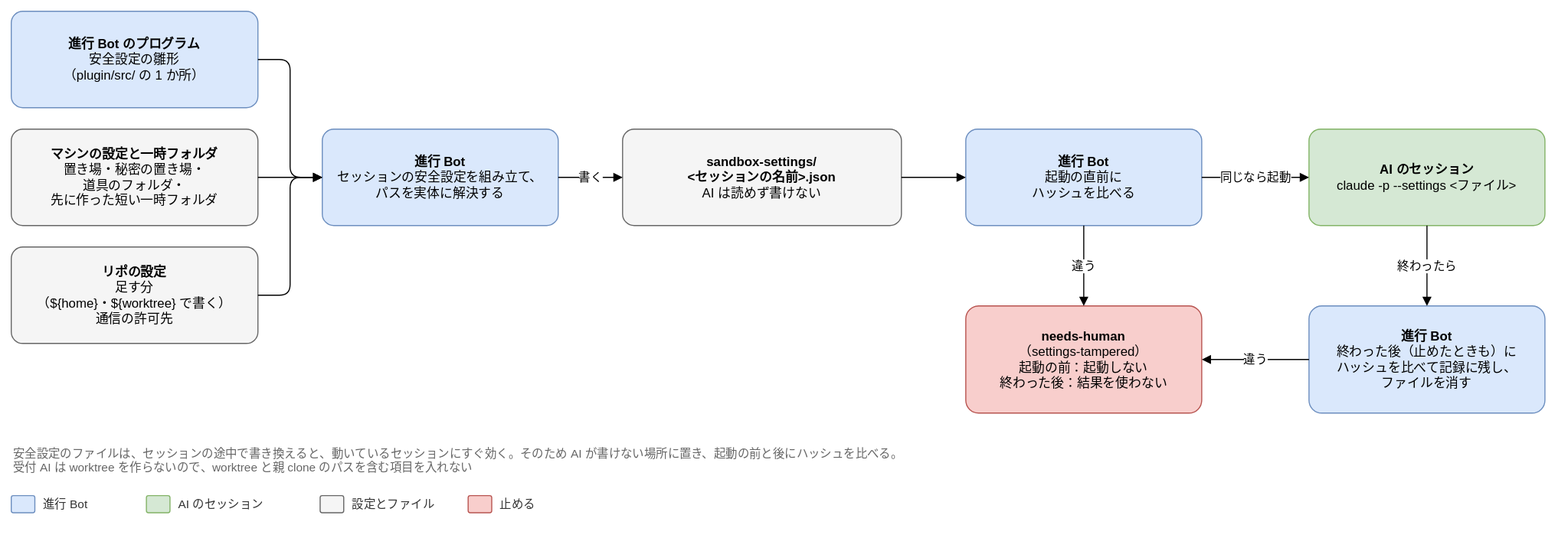
The draw.io diagram docs/design/basic/diagrams/03-session-settings.drawio.svg in Joymerrevent/dev-autopilot, before a commit. Source tidied: cells renumbered, new cells last; positions are measured from the earlier drawing's top-left corner, leaving out a move shared by most shapes.
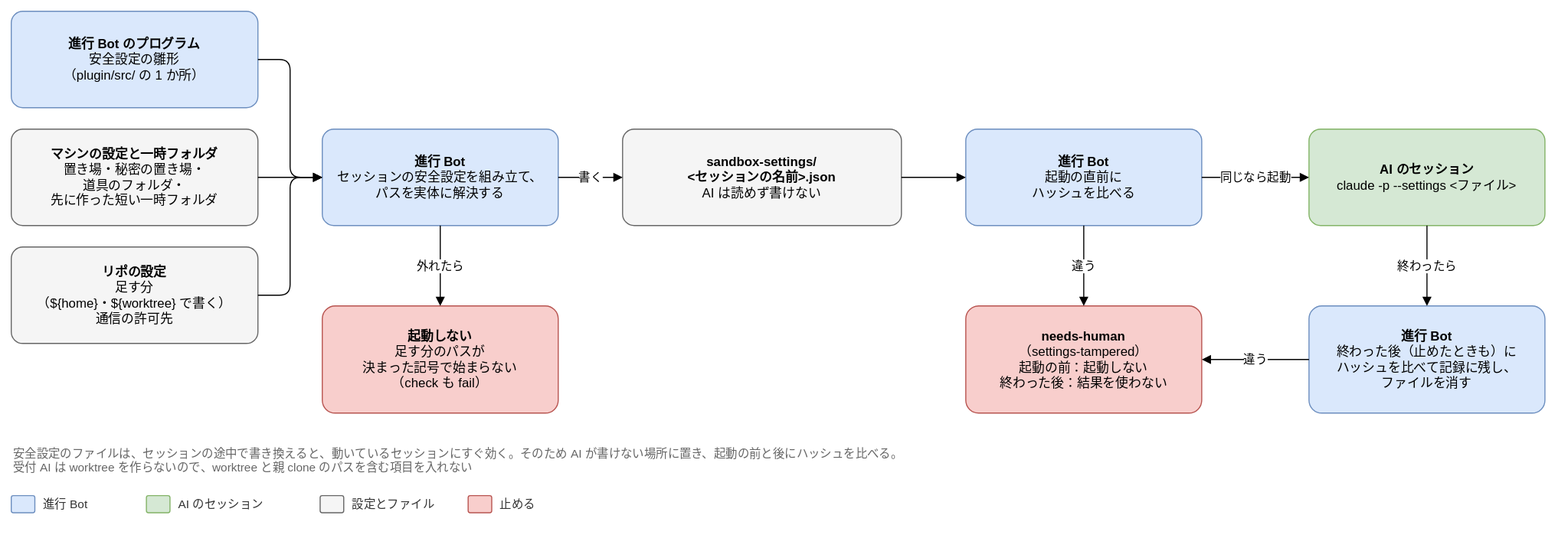
After the commit.

The edit, as a diff of the source:
```diff
@@ -83,5 +83,11 @@
     <mxCell id="28" value="止める" style="text;html=1;align=left;verticalAlign=middle;fontSize=11;fontColor=#333333;" parent="1" vertex="1">
       <mxGeometry x="454" y="450" width="46" height="20" as="geometry" />
     </mxCell>
+    <mxCell id="29" value="&lt;b&gt;起動しない&lt;/b&gt;&lt;br&gt;足す分のパスが&lt;br&gt;決まった記号で始まらない&lt;br&gt;（check も fail）" style="rounded=1;whiteSpace=wrap;html=1;fontSize=12;arcSize=12;spacing=12;fillColor=#f8cecc;strokeColor=#b85450;" parent="1" vertex="1">
+      <mxGeometry x="290" y="275" width="220" height="100" as="geometry" />
+    </mxCell>
+    <mxCell id="30" value="外れたら" style="edgeStyle=orthogonalEdgeStyle;rounded=1;html=1;endArrow=block;endFill=1;fontSize=11;labelBackgroundColor=#ffffff;exitX=0.5;exitY=1;exitDx=0;exitDy=0;entryX=0.5;entryY=0;entryDx=0;entryDy=0;" parent="1" edge="1" source="5" target="29">
+      <mxGeometry relative="1" as="geometry" />
+    </mxCell>
   </root>
 </mxGraphModel>
```
